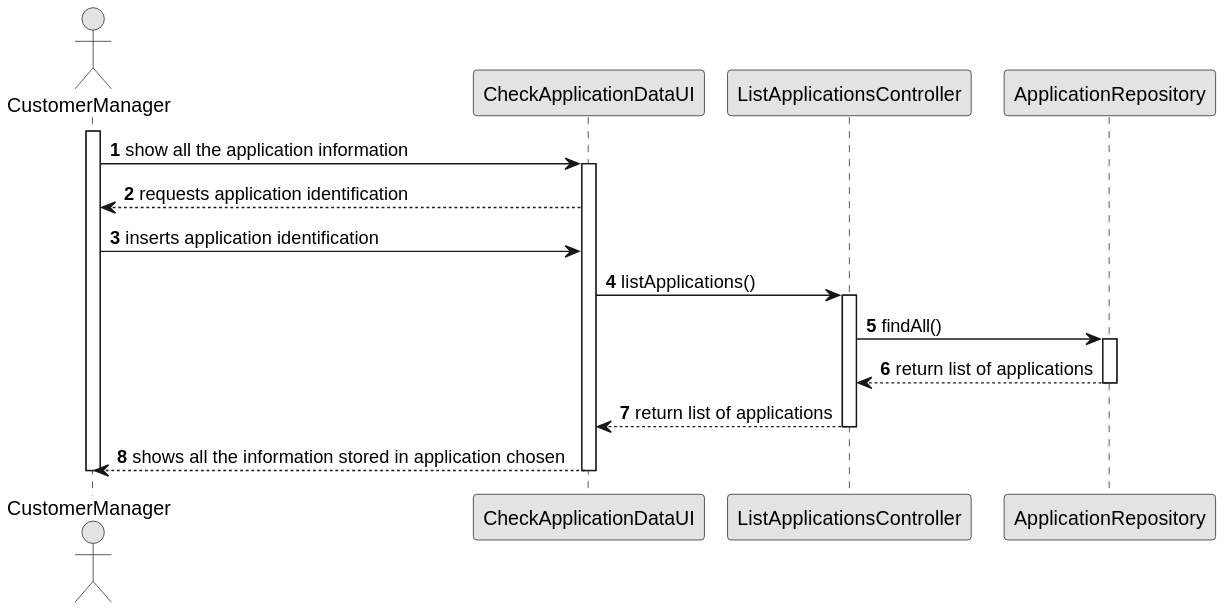
The PlantUML diagram docs/Sprint C/us_1021/SD/sequence-diagram.svg in Goncalves2525/Jobs4U-Talent-Acquisition-Management-System, before a commit.
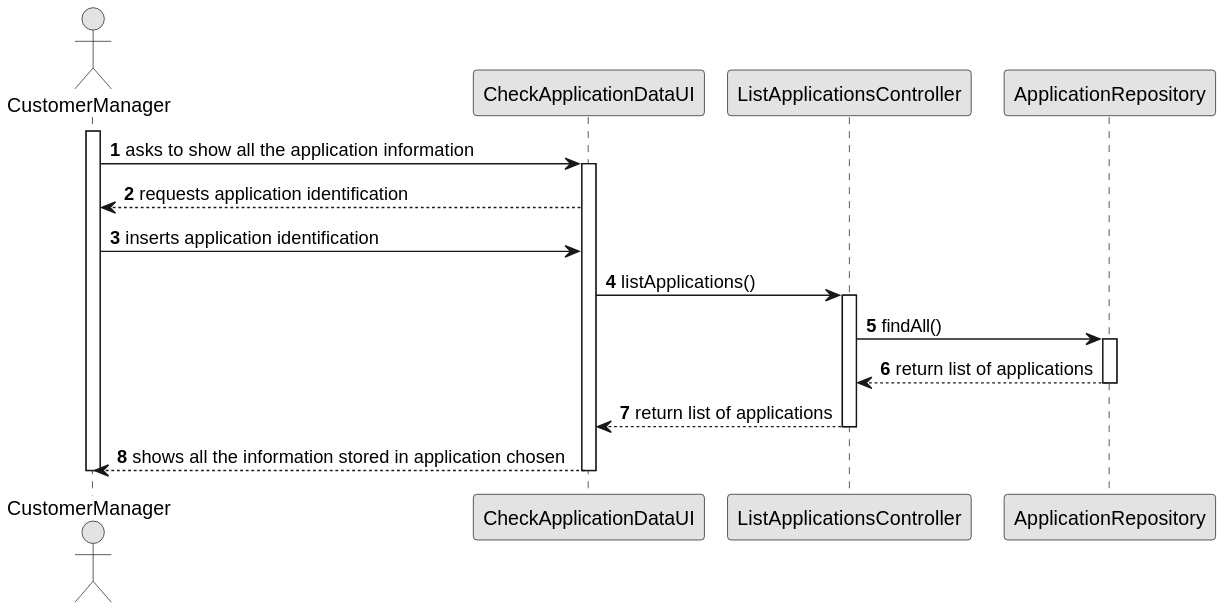
After the change.

Change to the diagram source:
```diff
@@ -17,7 +17,7 @@
 
 activate CM
 
-        CM -> UI : show all the application information
+        CM -> UI : asks to show all the application information
         activate UI
 
             UI --> CM : requests application identification
```
